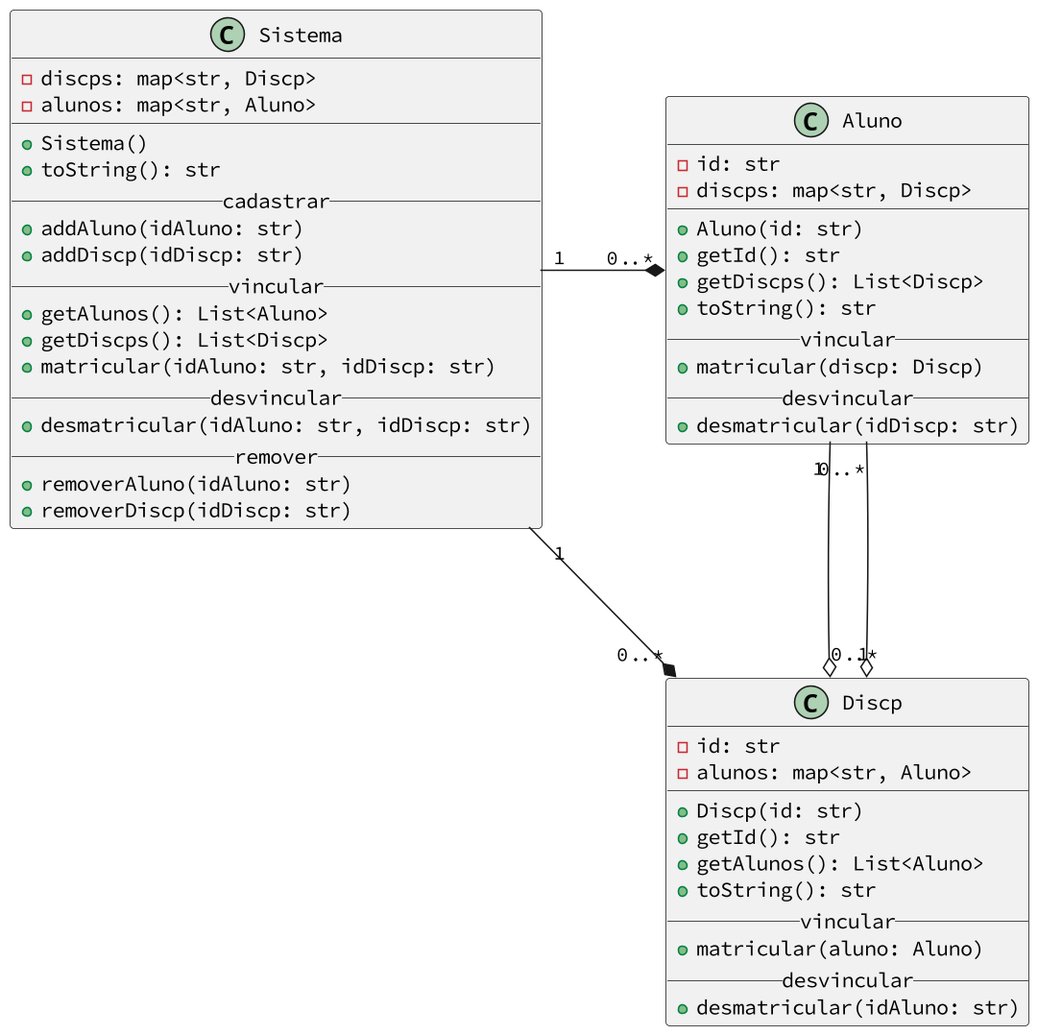
This is base/021/diagrama.png from qxcodepoo/arcade, a PlantUML export, as it was before one commit.
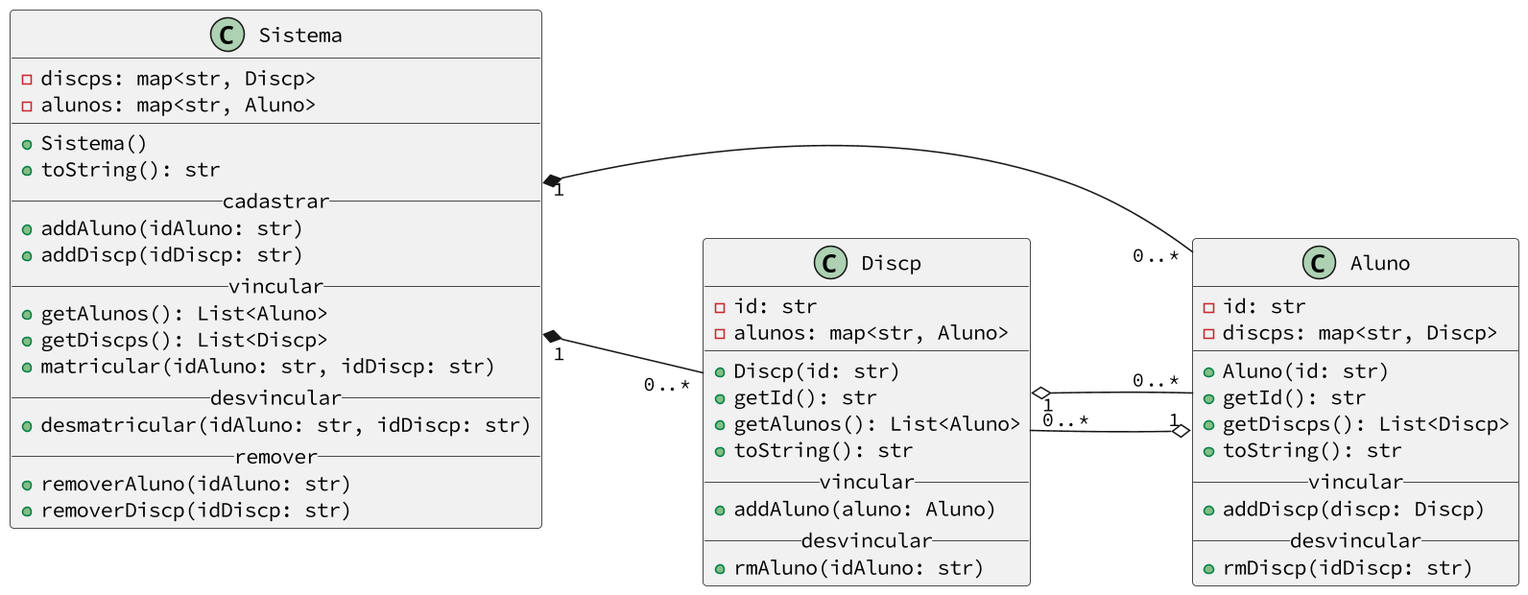
After the change.

The edit, as a diff of the source:
```diff
@@ -10,9 +10,9 @@
     + getDiscps(): List<Discp>
     + toString(): str
     __vincular__
-    + matricular(discp: Discp)
+    + addDiscp(discp: Discp)
     __desvincular__
-    + desmatricular(idDiscp: str)
+    + rmDiscp(idDiscp: str)
 }
 class Discp {
     - id: str
@@ -23,9 +23,9 @@
     + getAlunos(): List<Aluno>
     + toString(): str
     __vincular__
-    + matricular(aluno: Aluno)
+    + addAluno(aluno: Aluno)
     __desvincular__
-    + desmatricular(idAluno: str)
+    + rmAluno(idAluno: str)
 }
 class Sistema {
     - discps: map<str, Discp>
@@ -46,8 +46,9 @@
     + removerAluno(idAluno: str)
     + removerDiscp(idDiscp: str)
 }
-Sistema "1" -* "0..*" Aluno
-Sistema "1" -* "0..*" Discp
-Aluno "1" --o "0..*" Discp
+left to right direction
+Sistema "1" *-- "0..*" Aluno
+Sistema "1" *-- "0..*" Discp
+Discp "0..*" --o "1" Aluno
 Discp "1" o-- "0..*" Aluno
 @enduml
```
